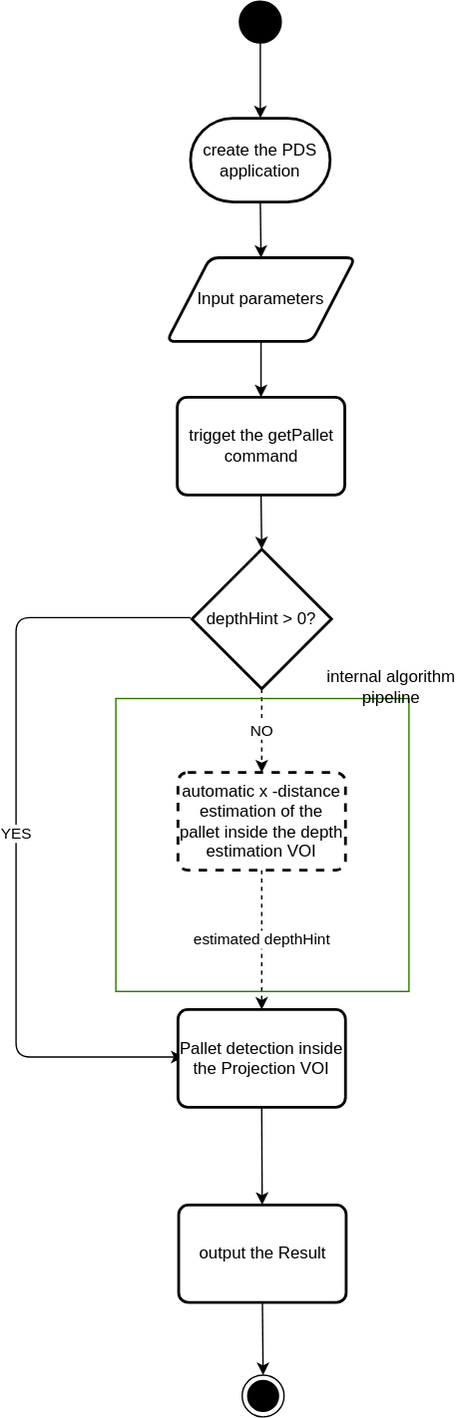
ifm/documentation keeps this draw.io diagram as PDS/GetPallet/resources/getPallet_flowchart.drawio.svg. Above is the earlier version. Source tidied: cells renumbered, new cells last; positions are measured from the earlier drawing's top-left corner, leaving out a move shared by most shapes.
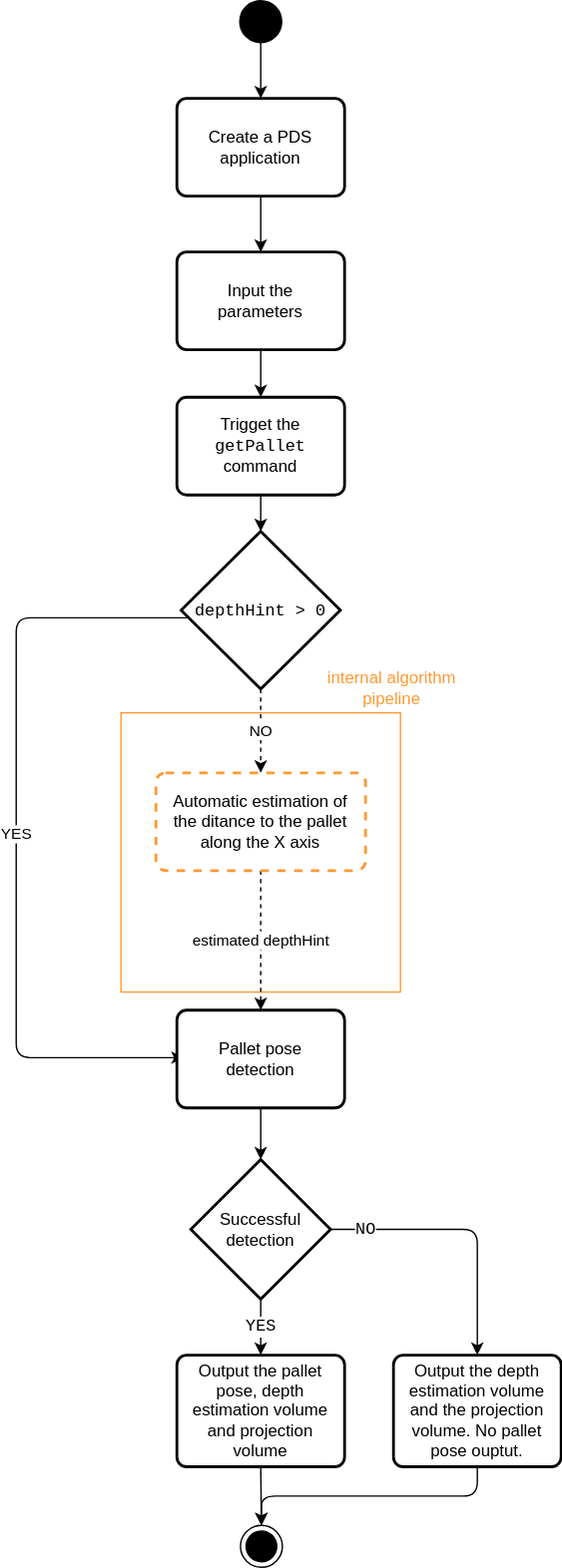
After the change.

Diff of the diagram source:
```diff
@@ -2,12 +2,12 @@
   <root>
     <mxCell id="0" />
     <mxCell id="1" parent="0" />
+    <mxCell id="20" style="whiteSpace=wrap;html=1;fillColor=none;fontColor=#ffffff;strokeColor=#FF9933;" parent="1" vertex="1">
+      <mxGeometry x="75" y="510" width="200" height="200" as="geometry" />
+    </mxCell>
-    <mxCell id="2" style="edgeStyle=none;html=1;exitX=0.5;exitY=1;exitDx=0;exitDy=0;exitPerimeter=0;entryX=0.5;entryY=0;entryDx=0;entryDy=0;" parent="1" edge="1" source="3" target="10">
+    <mxCell id="2" style="edgeStyle=none;html=1;exitX=0.5;exitY=1;exitDx=0;exitDy=0;entryX=0.5;entryY=0;entryDx=0;entryDy=0;" parent="1" edge="1" source="24" target="23">
       <mxGeometry relative="1" as="geometry" />
     </mxCell>
-    <mxCell id="3" value="create the PDS application" style="strokeWidth=2;html=1;shape=mxgraph.flowchart.terminator;whiteSpace=wrap;" parent="1" vertex="1">
-      <mxGeometry x="125" y="84" width="100" height="60" as="geometry" />
-    </mxCell>
     <mxCell id="4" value="NO" style="edgeStyle=none;html=1;exitX=0.5;exitY=1;exitDx=0;exitDy=0;exitPerimeter=0;entryX=0.5;entryY=0;entryDx=0;entryDy=0;dashed=1;" parent="1" edge="1" source="6" target="8">
       <mxGeometry relative="1" as="geometry" />
     </mxCell>
@@ -21,53 +21,75 @@
         </Array>
       </mxGeometry>
     </mxCell>
-    <mxCell id="6" value="depthHint &amp;gt; 0?" style="strokeWidth=2;html=1;shape=mxgraph.flowchart.decision;whiteSpace=wrap;" parent="1" vertex="1">
-      <mxGeometry x="126" y="393" width="100" height="100" as="geometry" />
+    <mxCell id="6" value="&lt;font face=&quot;Courier New&quot;&gt;depthHint &amp;gt; 0&lt;/font&gt;" style="strokeWidth=2;html=1;shape=mxgraph.flowchart.decision;whiteSpace=wrap;spacingLeft=5;spacingTop=5;spacingBottom=5;spacingRight=5;" parent="1" vertex="1">
+      <mxGeometry x="118" y="380" width="114" height="113" as="geometry" />
     </mxCell>
     <mxCell id="7" value="estimated depthHint" style="edgeStyle=none;html=1;exitX=0.5;exitY=1;exitDx=0;exitDy=0;entryX=0.5;entryY=0;entryDx=0;entryDy=0;dashed=1;" parent="1" edge="1" source="8" target="12">
       <mxGeometry relative="1" as="geometry" />
     </mxCell>
-    <mxCell id="8" value="automatic x -distance estimation of the pallet inside the depth estimation VOI" style="rounded=1;whiteSpace=wrap;html=1;absoluteArcSize=1;arcSize=14;strokeWidth=2;dashed=1;" parent="1" vertex="1">
-      <mxGeometry x="116" y="553" width="120" height="70" as="geometry" />
+    <mxCell id="8" value="Automatic estimation of the ditance to the pallet along the X axis" style="rounded=1;whiteSpace=wrap;html=1;absoluteArcSize=1;arcSize=14;strokeWidth=2;dashed=1;strokeColor=#FF9933;spacingLeft=5;spacingRight=5;" parent="1" vertex="1">
+      <mxGeometry x="100" y="553" width="150" height="70" as="geometry" />
     </mxCell>
-    <mxCell id="9" style="edgeStyle=none;html=1;exitX=0.5;exitY=1;exitDx=0;exitDy=0;entryX=0.5;entryY=0;entryDx=0;entryDy=0;" parent="1" edge="1" source="10" target="16">
+    <mxCell id="9" style="edgeStyle=none;html=1;exitX=0.5;exitY=1;exitDx=0;exitDy=0;entryX=0.5;entryY=0;entryDx=0;entryDy=0;" parent="1" edge="1" source="23" target="16">
       <mxGeometry relative="1" as="geometry" />
     </mxCell>
-    <mxCell id="10" value="Input parameters" style="shape=parallelogram;html=1;strokeWidth=2;perimeter=parallelogramPerimeter;whiteSpace=wrap;rounded=1;arcSize=12;size=0.23;" parent="1" vertex="1">
-      <mxGeometry x="108" y="184" width="135" height="60" as="geometry" />
-    </mxCell>
-    <mxCell id="11" style="edgeStyle=none;html=1;exitX=0.5;exitY=1;exitDx=0;exitDy=0;" parent="1" edge="1" source="12" target="14">
-      <mxGeometry relative="1" as="geometry" />
-    </mxCell>
+    <mxCell id="22" style="edgeStyle=none;html=1;exitX=0.5;exitY=1;exitDx=0;exitDy=0;entryX=0.5;entryY=0;entryDx=0;entryDy=0;entryPerimeter=0;fontFamily=Courier New;fontColor=#FF9933;" parent="1" edge="1" source="12" target="28">
+      <mxGeometry relative="1" as="geometry" />
+    </mxCell>
-    <mxCell id="12" value="Pallet detection inside the Projection VOI" style="rounded=1;whiteSpace=wrap;html=1;absoluteArcSize=1;arcSize=14;strokeWidth=2;" parent="1" vertex="1">
-      <mxGeometry x="116" y="723" width="120" height="70" as="geometry" />
+    <mxCell id="12" value="Pallet pose detection&amp;nbsp;" style="rounded=1;whiteSpace=wrap;html=1;absoluteArcSize=1;arcSize=14;strokeWidth=2;spacingLeft=5;spacingRight=5;" parent="1" vertex="1">
+      <mxGeometry x="115" y="723" width="120" height="70" as="geometry" />
     </mxCell>
     <mxCell id="13" style="edgeStyle=none;html=1;exitX=0.5;exitY=1;exitDx=0;exitDy=0;entryX=0.5;entryY=0;entryDx=0;entryDy=0;" parent="1" edge="1" source="14" target="17">
       <mxGeometry relative="1" as="geometry" />
     </mxCell>
-    <mxCell id="14" value="output the Result" style="rounded=1;whiteSpace=wrap;html=1;absoluteArcSize=1;arcSize=14;strokeWidth=2;" parent="1" vertex="1">
-      <mxGeometry x="116.5" y="863" width="120" height="70" as="geometry" />
+    <mxCell id="14" value="Output the pallet pose, depth estimation volume and projection volume" style="rounded=1;whiteSpace=wrap;html=1;absoluteArcSize=1;arcSize=14;strokeWidth=2;spacingLeft=5;spacingRight=5;spacingTop=5;spacingBottom=5;" parent="1" vertex="1">
+      <mxGeometry x="115" y="970" width="120" height="80" as="geometry" />
     </mxCell>
     <mxCell id="15" style="edgeStyle=none;html=1;exitX=0.5;exitY=1;exitDx=0;exitDy=0;entryX=0.5;entryY=0;entryDx=0;entryDy=0;entryPerimeter=0;" parent="1" edge="1" source="16" target="6">
       <mxGeometry relative="1" as="geometry" />
     </mxCell>
-    <mxCell id="16" value="trigget the getPallet&amp;nbsp;&lt;br&gt;command" style="rounded=1;whiteSpace=wrap;html=1;absoluteArcSize=1;arcSize=14;strokeWidth=2;" parent="1" vertex="1">
-      <mxGeometry x="115.5" y="284" width="120" height="70" as="geometry" />
+    <mxCell id="16" value="Trigget the &lt;font face=&quot;Courier New&quot;&gt;getPallet&lt;/font&gt;&amp;nbsp;&lt;br&gt;command" style="rounded=1;whiteSpace=wrap;html=1;absoluteArcSize=1;arcSize=14;strokeWidth=2;spacingLeft=5;spacingRight=5;" parent="1" vertex="1">
+      <mxGeometry x="115" y="284" width="120" height="70" as="geometry" />
     </mxCell>
     <mxCell id="17" style="ellipse;html=1;shape=endState;fillColor=strokeColor;" parent="1" vertex="1">
-      <mxGeometry x="162" y="985" width="30" height="30" as="geometry" />
+      <mxGeometry x="160.5" y="1092" width="30" height="30" as="geometry" />
     </mxCell>
-    <mxCell id="18" style="edgeStyle=none;html=1;exitX=0.5;exitY=1;exitDx=0;exitDy=0;entryX=0.5;entryY=0;entryDx=0;entryDy=0;entryPerimeter=0;" parent="1" edge="1" source="19" target="3">
+    <mxCell id="18" style="edgeStyle=none;html=1;exitX=0.5;exitY=1;exitDx=0;exitDy=0;entryX=0.5;entryY=0;entryDx=0;entryDy=0;" parent="1" edge="1" source="19" target="24">
       <mxGeometry relative="1" as="geometry" />
     </mxCell>
     <mxCell id="19" style="ellipse;fillColor=strokeColor;" parent="1" vertex="1">
       <mxGeometry x="160" width="30" height="30" as="geometry" />
     </mxCell>
-    <mxCell id="20" style="whiteSpace=wrap;html=1;fillColor=none;fontColor=#ffffff;strokeColor=#2D7600;" parent="1" vertex="1">
-      <mxGeometry x="71.5" y="500" width="210" height="210" as="geometry" />
-    </mxCell>
-    <mxCell id="21" value="internal algorithm pipeline" style="rounded=0;whiteSpace=wrap;html=1;dashed=1;fillColor=none;strokeColor=none;" parent="1" vertex="1">
+    <mxCell id="21" value="internal algorithm pipeline" style="rounded=0;whiteSpace=wrap;html=1;dashed=1;fillColor=none;strokeColor=none;fontColor=#FF9933;" parent="1" vertex="1">
       <mxGeometry x="209" y="462" width="120" height="60" as="geometry" />
     </mxCell>
+    <mxCell id="23" value="Input the parameters" style="rounded=1;whiteSpace=wrap;html=1;absoluteArcSize=1;arcSize=14;strokeWidth=2;spacingLeft=5;spacingRight=5;" parent="1" vertex="1">
+      <mxGeometry x="115" y="180" width="120" height="70" as="geometry" />
+    </mxCell>
+    <mxCell id="24" value="Create a PDS application" style="rounded=1;whiteSpace=wrap;html=1;absoluteArcSize=1;arcSize=14;strokeWidth=2;" parent="1" vertex="1">
+      <mxGeometry x="115" y="70" width="120" height="70" as="geometry" />
+    </mxCell>
+    <mxCell id="25" value="&lt;font style=&quot;font-size: 12px;&quot; color=&quot;#000000&quot;&gt;YES&lt;br&gt;&lt;/font&gt;" style="edgeStyle=none;html=1;exitX=0.5;exitY=1;exitDx=0;exitDy=0;exitPerimeter=0;fontFamily=Courier New;fontColor=#FF9933;" parent="1" edge="1" source="28" target="14">
+      <mxGeometry relative="1" as="geometry" />
+    </mxCell>
+    <mxCell id="26" style="edgeStyle=none;html=1;exitX=1;exitY=0.5;exitDx=0;exitDy=0;exitPerimeter=0;entryX=0.5;entryY=0;entryDx=0;entryDy=0;fontFamily=Courier New;fontSize=12;fontColor=#000000;" parent="1" edge="1" source="28" target="30">
+      <mxGeometry relative="1" as="geometry">
+        <Array as="points">
+          <mxPoint x="330" y="880" />
+        </Array>
+      </mxGeometry>
+    </mxCell>
+    <mxCell id="27" value="NO" style="edgeLabel;html=1;align=center;verticalAlign=middle;fontSize=12;fontFamily=Courier New;fontColor=#000000;" parent="26" vertex="1">
+      <mxGeometry x="-0.76" relative="1" as="geometry" />
+    </mxCell>
+    <mxCell id="28" value="Successful detection" style="strokeWidth=2;html=1;shape=mxgraph.flowchart.decision;whiteSpace=wrap;spacingLeft=5;spacingTop=5;spacingBottom=5;spacingRight=5;" parent="1" vertex="1">
+      <mxGeometry x="125" y="830" width="100" height="100" as="geometry" />
+    </mxCell>
+    <mxCell id="29" style="edgeStyle=elbowEdgeStyle;html=1;exitX=0.5;exitY=1;exitDx=0;exitDy=0;entryX=0.5;entryY=0;entryDx=0;entryDy=0;fontFamily=Courier New;fontSize=12;fontColor=#000000;elbow=vertical;" parent="1" edge="1" source="30" target="17">
+      <mxGeometry relative="1" as="geometry" />
+    </mxCell>
+    <mxCell id="30" value="Output the depth estimation volume and the projection volume. No pallet pose ouptut." style="rounded=1;whiteSpace=wrap;html=1;absoluteArcSize=1;arcSize=14;strokeWidth=2;spacingLeft=5;spacingRight=5;" parent="1" vertex="1">
+      <mxGeometry x="270" y="970" width="120" height="80" as="geometry" />
+    </mxCell>
   </root>
 </mxGraphModel>
```
